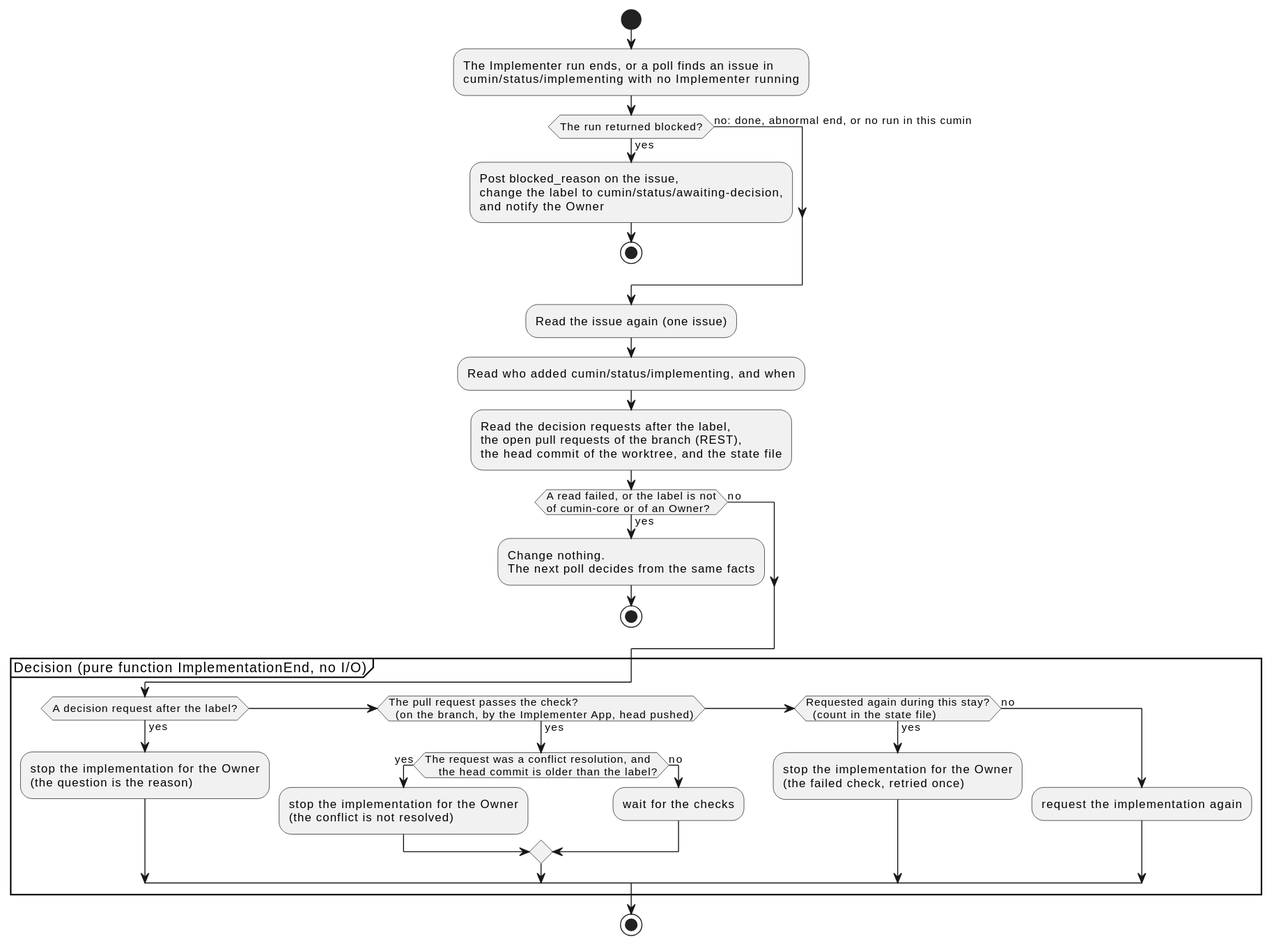
Before: docs/ja/designs/poll-verify.svg, a diagram exported from PlantUML (cloveclovedev/cumin-works).
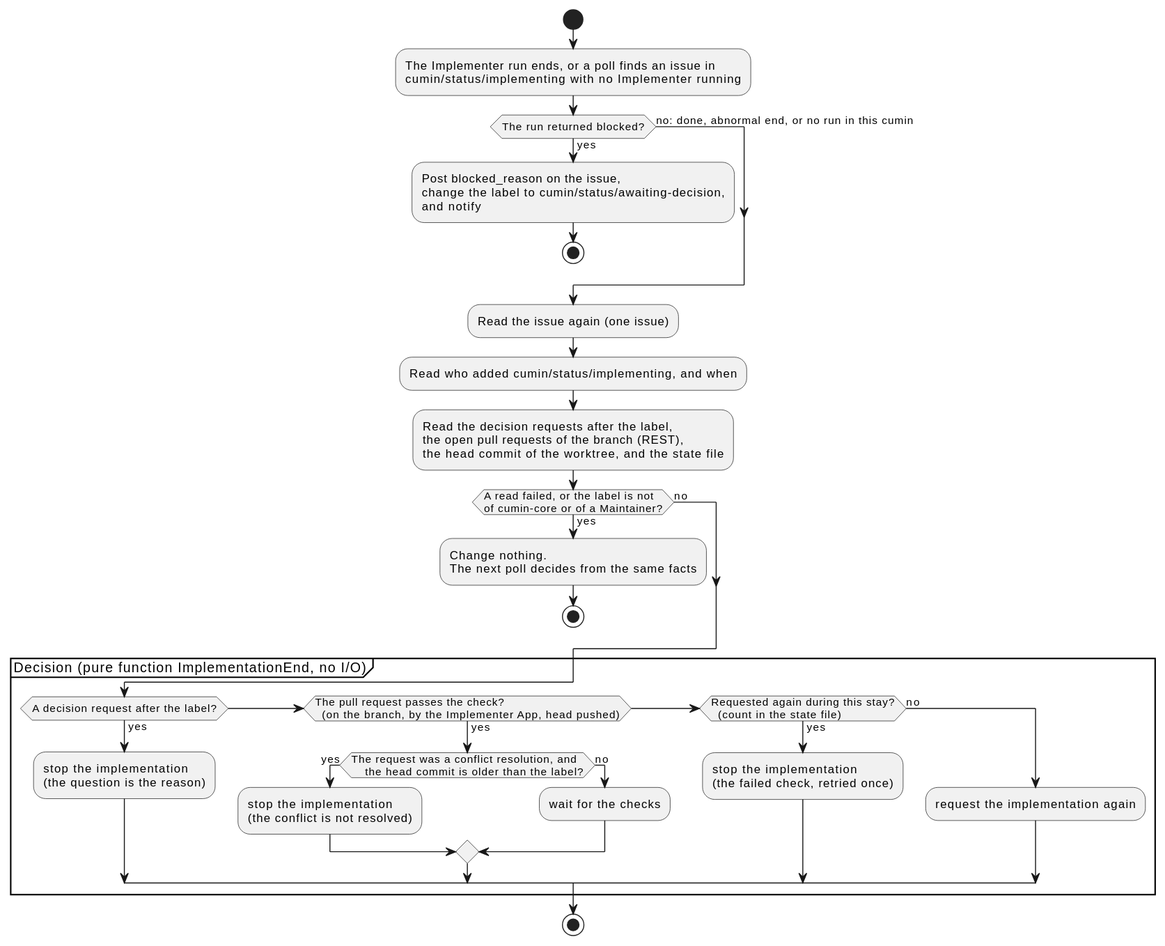
Later version of the same file.

Diff of the diagram source:
```diff
@@ -8,7 +8,7 @@
 if (The run returned blocked?) then (yes)
   :Post blocked_reason on the issue,
   change the label to cumin/status/awaiting-decision,
-  and notify the Owner;
+  and notify;
   stop
 else (no: done, abnormal end, or no run in this cumin)
 endif
@@ -18,7 +18,7 @@
 the open pull requests of the branch (REST),
 the head commit of the worktree, and the state file;
 if (A read failed, or the label is not
-of cumin-core or of an Owner?) then (yes)
+of cumin-core or of a Maintainer?) then (yes)
   :Change nothing.
   The next poll decides from the same facts;
   stop
@@ -26,20 +26,20 @@
 endif
 partition "Decision (pure function ImplementationEnd, no I/O)" {
   if (A decision request after the label?) then (yes)
-    :stop the implementation for the Owner
+    :stop the implementation
     (the question is the reason);
   elseif (The pull request passes the check?
   (on the branch, by the Implementer App, head pushed)) then (yes)
     if (The request was a conflict resolution, and
     the head commit is older than the label?) then (yes)
-      :stop the implementation for the Owner
+      :stop the implementation
       (the conflict is not resolved);
     else (no)
       :wait for the checks;
     endif
   elseif (Requested again during this stay?
   (count in the state file)) then (yes)
-    :stop the implementation for the Owner
+    :stop the implementation
     (the failed check, retried once);
   else (no)
     :request the implementation again;
```
